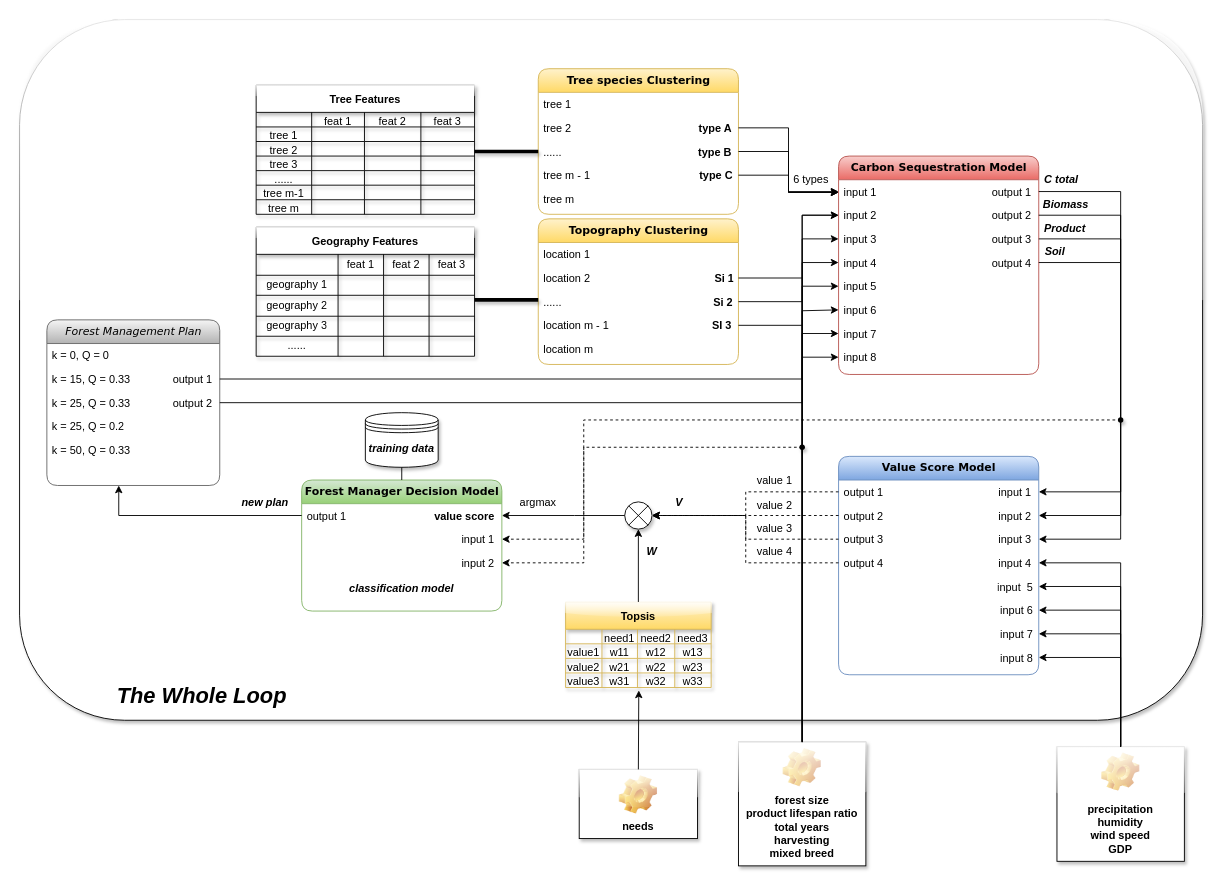
The draw.io diagram Untitled Diagram3.drawio in KLGR123/KLGR123.github.io, before the edit. Source tidied: cells renumbered, new cells numbered last; positions are measured from the earlier drawing's top-left corner, leaving out a move shared by most shapes. Both pictures are drawn from the tidied source at 91%, with x=0, y=0 at pixel (19, 19).
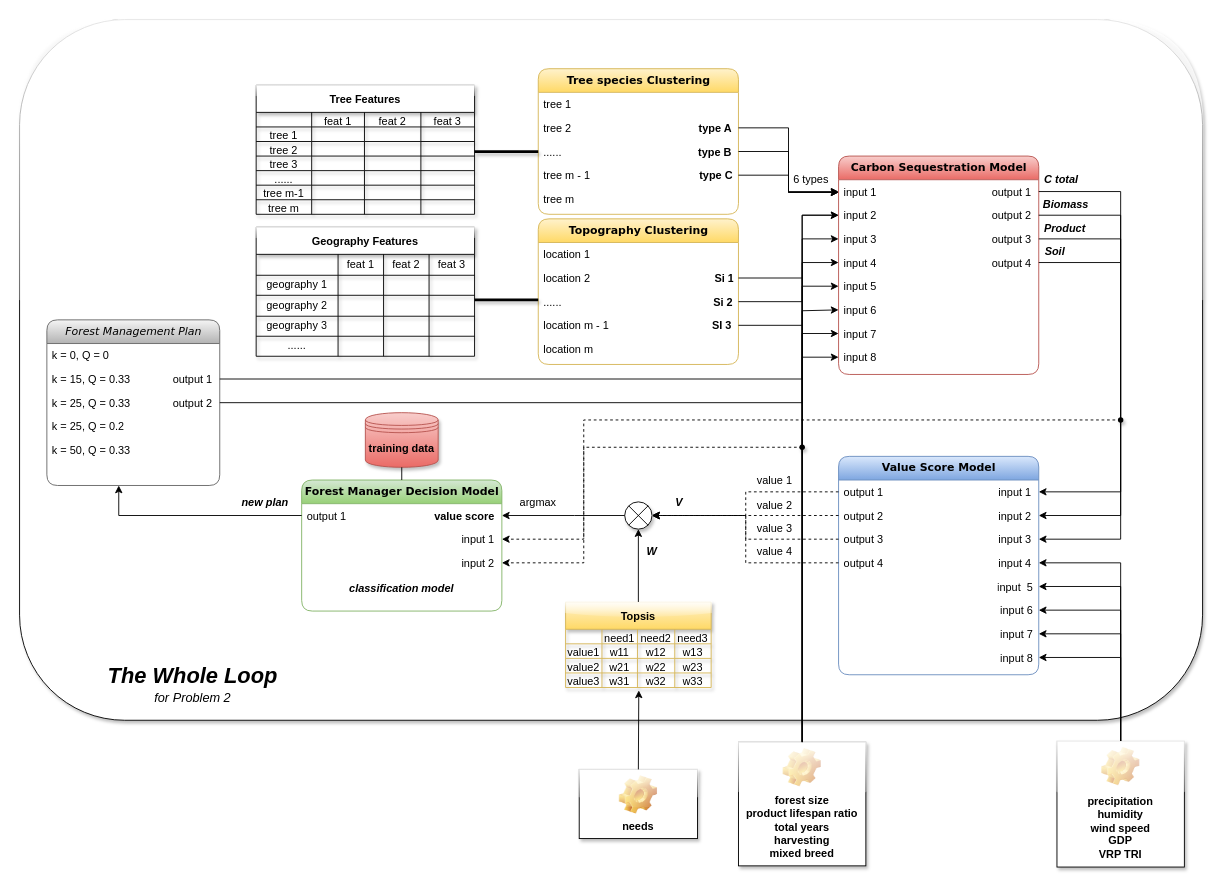
After the change.

The edit, as a diff of the source:
```diff
@@
-    <mxCell id="116" value="&lt;b&gt;&lt;i&gt;&lt;font style=&quot;font-size: 24px&quot;&gt;The Whole Loop&lt;/font&gt;&lt;/i&gt;&lt;/b&gt;" style="text;html=1;align=center;verticalAlign=middle;fillColor=none;strokeColor=none;rounded=0;shadow=1;glass=1;sketch=0;" parent="1" vertex="1">
-      <mxGeometry x="100" y="734" width="200" height="20" as="geometry" />
+    <mxCell id="116" value="&lt;font&gt;&lt;font size=&quot;5&quot; style=&quot;font-weight: bold&quot;&gt;&lt;i&gt;The Whole Loop&lt;/i&gt;&lt;/font&gt;&lt;br&gt;&lt;font style=&quot;font-size: 14px&quot;&gt;&lt;i&gt;for&amp;nbsp;Problem 2&lt;/i&gt;&lt;/font&gt;&lt;br&gt;&lt;/font&gt;" style="text;html=1;align=center;verticalAlign=middle;fillColor=none;strokeColor=none;rounded=0;shadow=1;glass=1;sketch=0;" parent="1" vertex="1">
+      <mxGeometry x="90" y="710" width="200" height="40" as="geometry" />
     </mxCell>
@@
-    <mxCell id="136" value="precipitation&lt;br&gt;humidity&lt;br&gt;wind speed&lt;br&gt;GDP" style="label;whiteSpace=wrap;html=1;align=center;verticalAlign=bottom;spacingLeft=0;spacingBottom=4;imageAlign=center;imageVerticalAlign=top;image=img/clipart/Gear_128x128.png;rounded=0;shadow=1;glass=1;sketch=0;fontSize=12;" parent="1" vertex="1">
-      <mxGeometry x="1140" y="799" width="140" height="126" as="geometry" />
+    <mxCell id="136" value="precipitation&lt;br&gt;humidity&lt;br&gt;wind speed&lt;br&gt;GDP&lt;br&gt;VRP TRI" style="label;whiteSpace=wrap;html=1;align=center;verticalAlign=bottom;spacingLeft=0;spacingBottom=4;imageAlign=center;imageVerticalAlign=top;image=img/clipart/Gear_128x128.png;rounded=0;shadow=1;glass=1;sketch=0;fontSize=12;" parent="1" vertex="1">
+      <mxGeometry x="1140" y="792.8" width="140" height="138.5" as="geometry" />
     </mxCell>
@@
-    <mxCell id="156" style="line;strokeWidth=4;html=1;perimeter=backbonePerimeter;rounded=0;shadow=1;glass=1;sketch=0;fontSize=12;" parent="1" vertex="1">
+    <mxCell id="156" style="line;strokeWidth=3;html=1;perimeter=backbonePerimeter;rounded=0;shadow=1;glass=1;sketch=0;fontSize=12;" parent="1" vertex="1">
       <mxGeometry x="500" y="303" width="70" height="10" as="geometry" />
     </mxCell>
-    <mxCell id="157" style="line;strokeWidth=4;html=1;perimeter=backbonePerimeter;rounded=0;shadow=1;glass=1;sketch=0;fontSize=12;" parent="1" vertex="1">
+    <mxCell id="157" style="line;strokeWidth=3;html=1;perimeter=backbonePerimeter;rounded=0;shadow=1;glass=1;sketch=0;fontSize=12;" parent="1" vertex="1">
       <mxGeometry x="500" y="140" width="70" height="10" as="geometry" />
     </mxCell>
@@
-    <mxCell id="182" value="&lt;b&gt;&lt;i&gt;training data&lt;/i&gt;&lt;/b&gt;" style="shape=datastore;whiteSpace=wrap;html=1;rounded=0;shadow=1;glass=1;sketch=0;fontSize=12;" parent="1" vertex="1">
+    <mxCell id="182" value="&lt;b&gt;training data&lt;/b&gt;" style="shape=datastore;whiteSpace=wrap;html=1;rounded=0;shadow=1;glass=1;sketch=0;fontSize=12;fillColor=#f8cecc;gradientColor=#ea6b66;strokeColor=#b85450;" parent="1" vertex="1">
       <mxGeometry x="380" y="432" width="80" height="60" as="geometry" />
     </mxCell>
```
